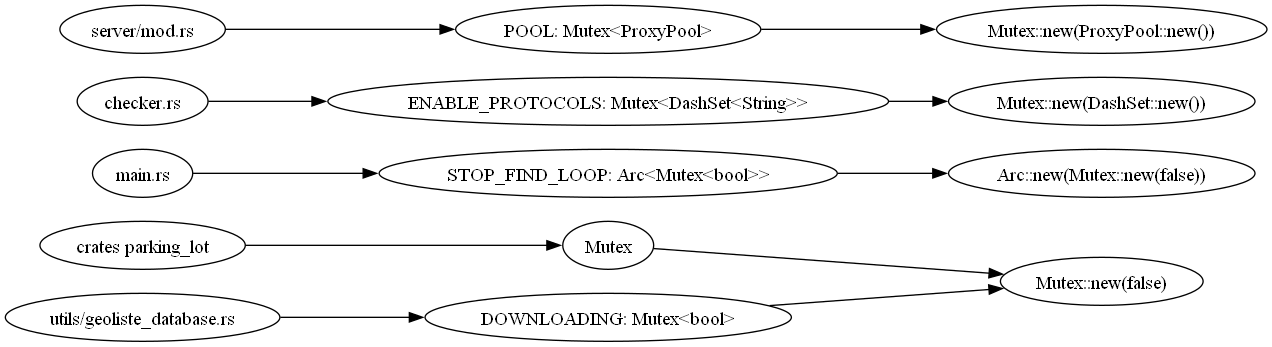
Earlier version of the Graphviz export docs/deps/parking_lot.a.png (softtiny/proxy.rs). Its source is kept beside it as docs/deps/parking_lot.a.dot. Its diagram source:
```dot
digraph {
    graph [
        rankdir=LR,
    ]
    "parking_lot" [label="crates parking_lot"]
    "parking_lot" -> "Mutex"
    "Mutex" -> "Mutex::new(false)"
    "main.rs" -> "STOP_FIND_LOOP: Arc<Mutex<bool>>" -> "Arc::new(Mutex::new(false))"
    "checker.rs" -> "ENABLE_PROTOCOLS: Mutex<DashSet<String>>" -> "Mutex::new(DashSet::new())"
    "server/mod.rs" -> "POOL: Mutex<ProxyPool>" -> "Mutex::new(ProxyPool::new())"
    "utils/geoliste_database.rs" -> "DOWNLOADING: Mutex<bool>" -> "Mutex::new(false)"
}
```
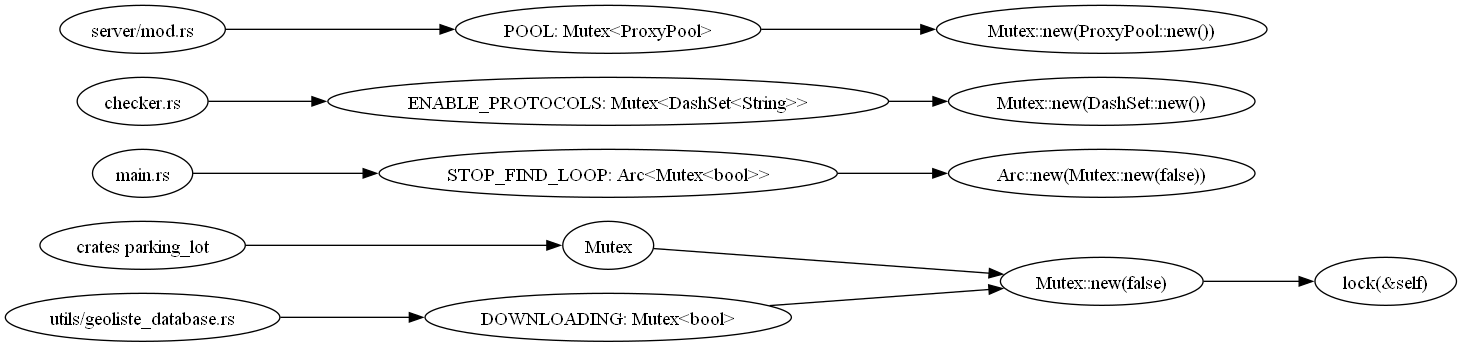
The same file after the commit.

What changed in the source:
```diff
@@ -4,7 +4,7 @@
     ]
     "parking_lot" [label="crates parking_lot"]
     "parking_lot" -> "Mutex"
-    "Mutex" -> "Mutex::new(false)"
+    "Mutex" -> "Mutex::new(false)" -> "lock(&self)"
     "main.rs" -> "STOP_FIND_LOOP: Arc<Mutex<bool>>" -> "Arc::new(Mutex::new(false))"
     "checker.rs" -> "ENABLE_PROTOCOLS: Mutex<DashSet<String>>" -> "Mutex::new(DashSet::new())"
     "server/mod.rs" -> "POOL: Mutex<ProxyPool>" -> "Mutex::new(ProxyPool::new())"
```
